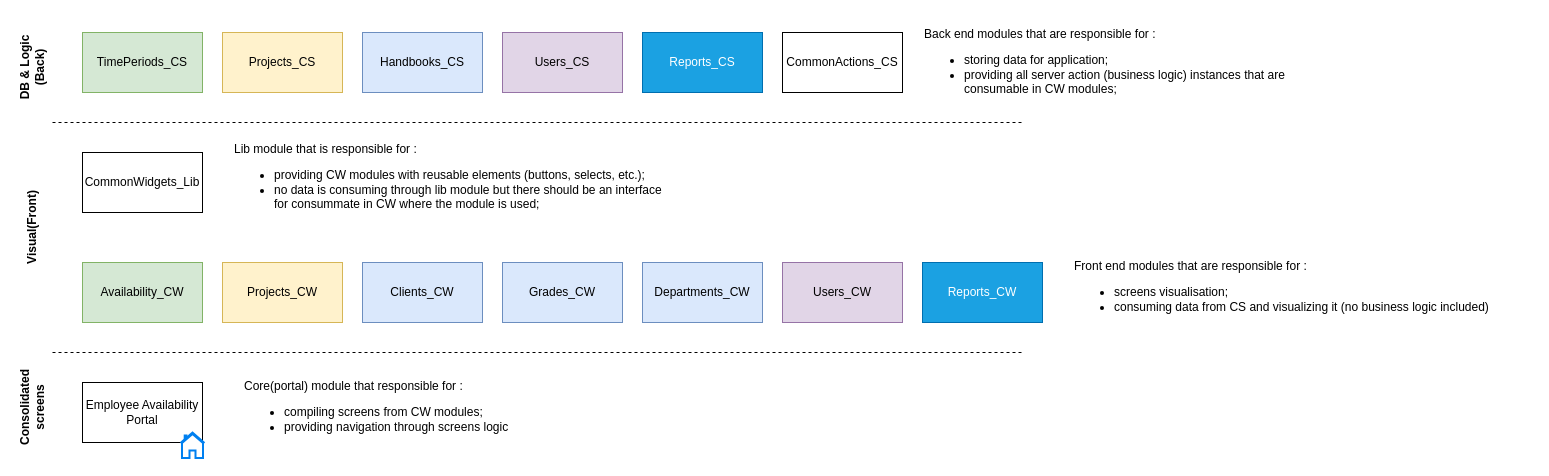
This is src/Employee Availability Architecture.drawio from andrii-voinalovych-kpmg/Employee-Availability-Architecture, a draw.io file, before an edit. Source tidied: cells renumbered, new cells numbered last; positions are measured from the earlier drawing's top-left corner, leaving out a move shared by most shapes. Both pictures are drawn from the tidied source at 100%, with x=0, y=0 at pixel (-18, 27).
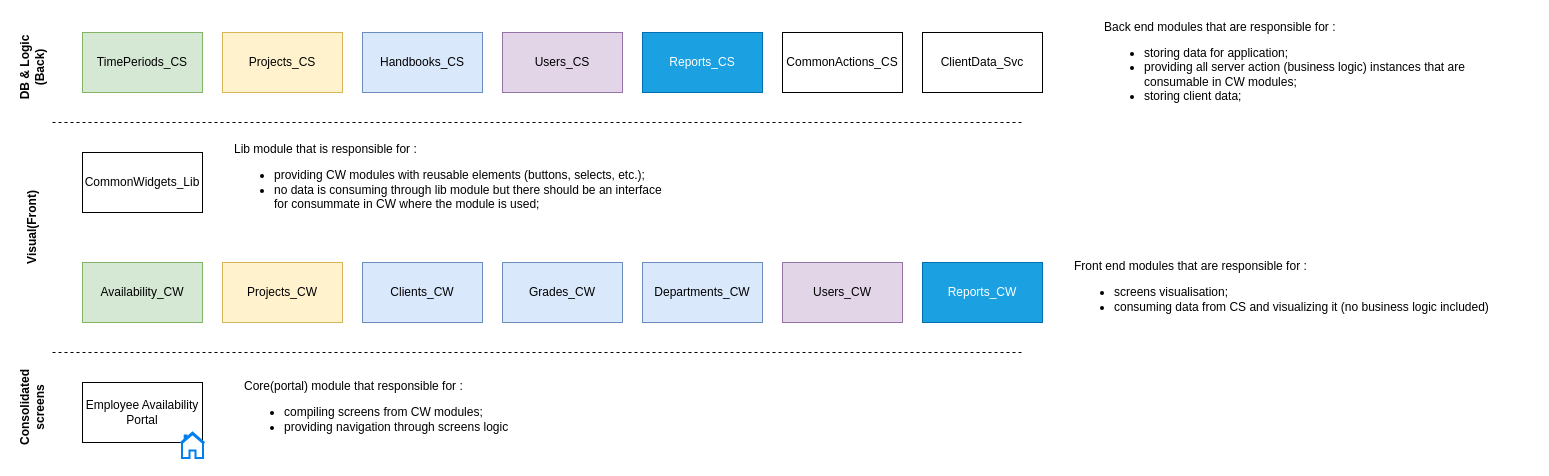
The same diagram, later.

Change to the diagram source:
```diff
@@
-    <mxCell id="26" value="Back end modules that are responsible for :&lt;br&gt;&lt;ul&gt;&lt;li&gt;storing data for application;&lt;/li&gt;&lt;li&gt;providing all server action (business logic) instances that are consumable in CW modules;&lt;/li&gt;&lt;/ul&gt;" style="text;html=1;strokeColor=none;fillColor=none;align=left;verticalAlign=middle;whiteSpace=wrap;rounded=0;" parent="1" vertex="1">
-      <mxGeometry x="940" width="430" height="80" as="geometry" />
+    <mxCell id="26" value="Back end modules that are responsible for :&lt;br&gt;&lt;ul&gt;&lt;li&gt;storing data for application;&lt;/li&gt;&lt;li&gt;providing all server action (business logic) instances that are consumable in CW modules;&lt;/li&gt;&lt;li&gt;storing client data;&lt;/li&gt;&lt;/ul&gt;" style="text;html=1;strokeColor=none;fillColor=none;align=left;verticalAlign=middle;whiteSpace=wrap;rounded=0;" parent="1" vertex="1">
+      <mxGeometry x="1120" width="430" height="80" as="geometry" />
     </mxCell>
+    <mxCell id="27" value="ClientData_Svc" style="rounded=0;whiteSpace=wrap;html=1;" parent="1" vertex="1">
+      <mxGeometry x="940" y="5" width="120" height="60" as="geometry" />
+    </mxCell>
```
